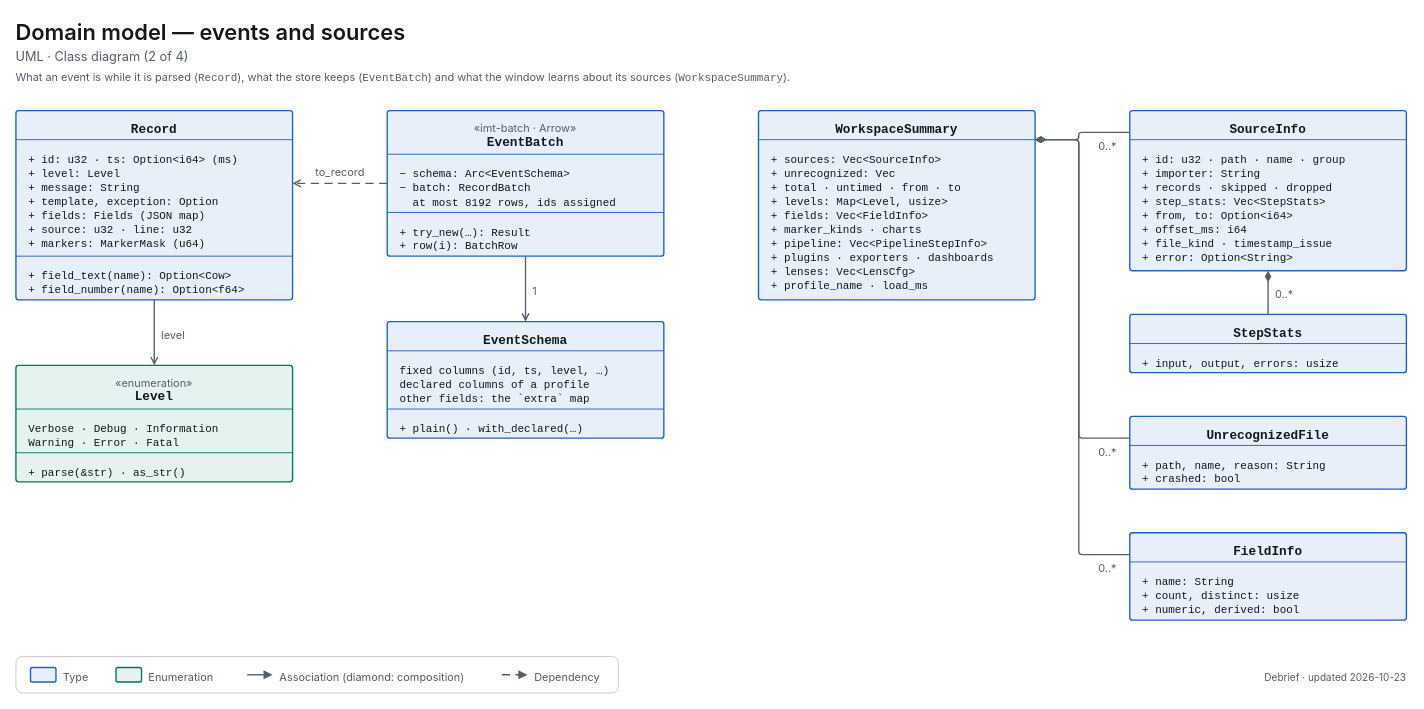
Earlier version of the draw.io diagram docs/diagrams/uml-class-domain-events.drawio (decryp7/integrated_maintenance_tool). Source tidied: cells renumbered, new cells numbered last; positions are measured from the earlier drawing's top-left corner, leaving out a move shared by most shapes. Both pictures are drawn from the tidied source at 91%, with x=0, y=0 at pixel (15, 15).
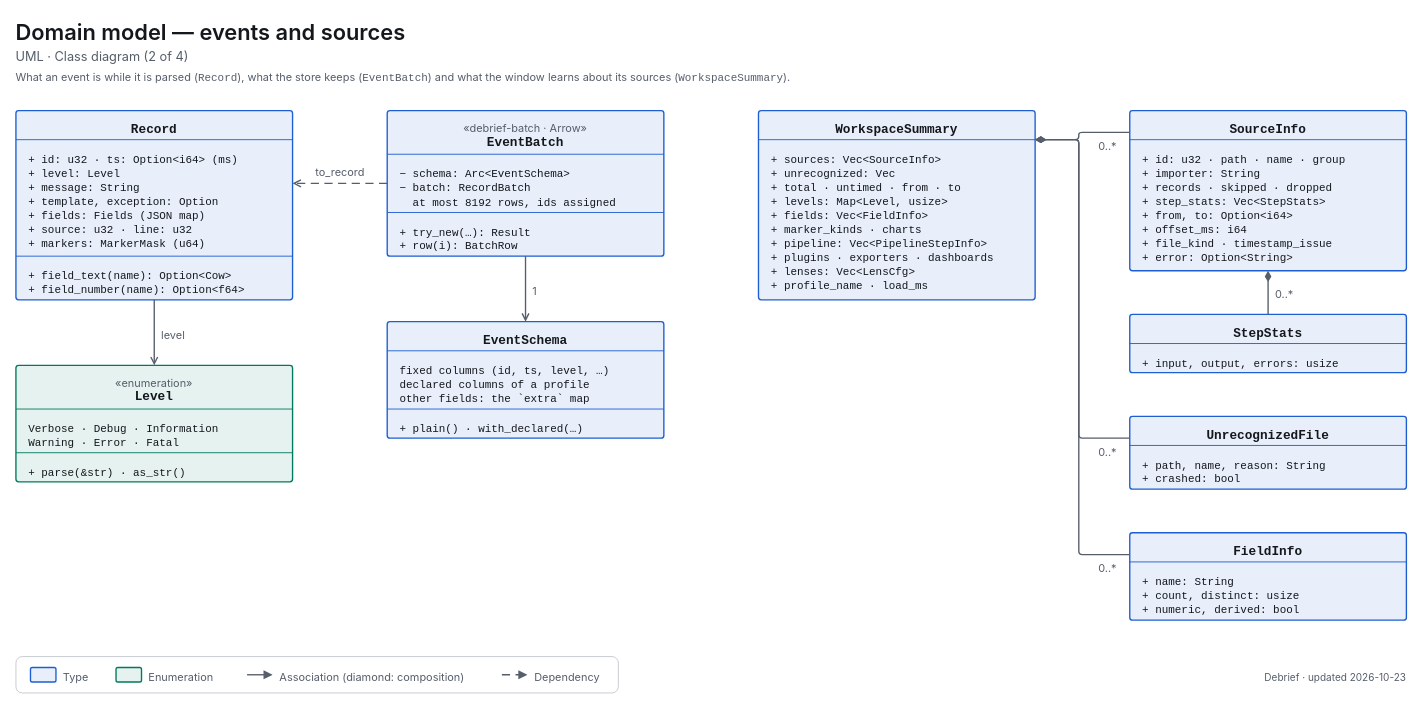
The same page after the edit.

What changed in the source:
```diff
@@
-    <mxCell id="15" value="&lt;span style=&quot;font-size:12px;color:light-dark(#565E6B,#A0A7B2)&quot;&gt;«imt-batch · Arrow»&lt;/span&gt;&lt;br&gt;&lt;span style=&quot;font-size:14px;font-weight:600;font-family:ui-monospace,SF Mono,Cascadia Mono,Consolas,monospace&quot;&gt;EventBatch&lt;/span&gt;" style="html=1;whiteSpace=wrap;fontFamily=-apple-system,BlinkMacSystemFont,Segoe UI,system-ui,sans-serif;fontSize=12;fontColor=light-dark(#14171C,#ECEEF1);rounded=1;absoluteArcSize=1;arcSize=6;strokeWidth=1.5;strokeColor=light-dark(#1D5FD1,#5B9BFF);fillColor=light-dark(#E8EFFA,#202C3F);align=center;verticalAlign=top;spacingTop=6;" parent="1" vertex="1">
+    <mxCell id="15" value="&lt;span style=&quot;font-size:12px;color:light-dark(#565E6B,#A0A7B2)&quot;&gt;«debrief-batch · Arrow»&lt;/span&gt;&lt;br&gt;&lt;span style=&quot;font-size:14px;font-weight:600;font-family:ui-monospace,SF Mono,Cascadia Mono,Consolas,monospace&quot;&gt;EventBatch&lt;/span&gt;" style="html=1;whiteSpace=wrap;fontFamily=-apple-system,BlinkMacSystemFont,Segoe UI,system-ui,sans-serif;fontSize=12;fontColor=light-dark(#14171C,#ECEEF1);rounded=1;absoluteArcSize=1;arcSize=6;strokeWidth=1.5;strokeColor=light-dark(#1D5FD1,#5B9BFF);fillColor=light-dark(#E8EFFA,#202C3F);align=center;verticalAlign=top;spacingTop=6;" parent="1" vertex="1">
       <mxGeometry x="408" y="104" width="304" height="160" as="geometry" />
     </mxCell>
```
